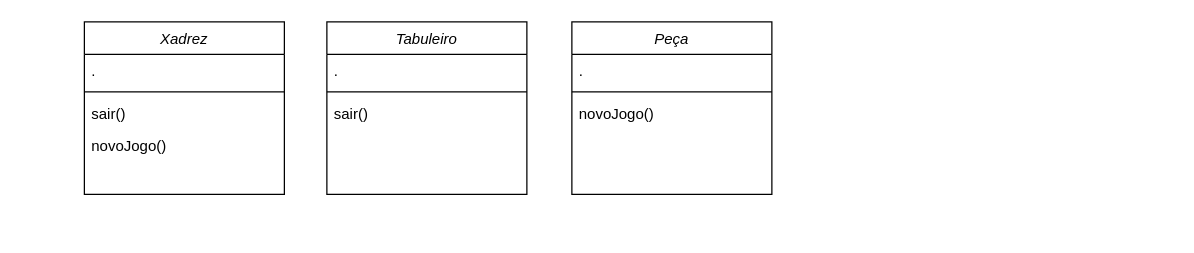
Before: Diagrama sem nome.drawio in GameJog/GameJog, a draw.io diagram. Source tidied: cells renumbered, new cells numbered last; positions are measured from the earlier drawing's top-left corner, leaving out a move shared by most shapes. Both pictures are drawn from the tidied source at 125%, with x=0, y=0 at pixel (84, 21).
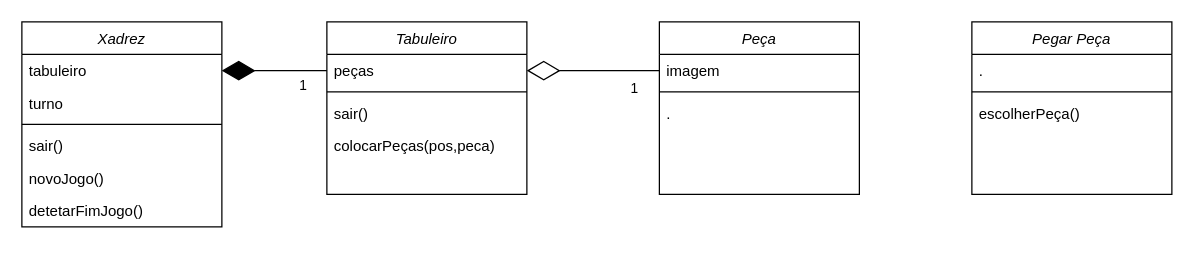
After the change.

Unchanged cells that the change refers to:
```xml
<mxCell id="7" value="Tabuleiro" style="swimlane;fontStyle=2;align=center;verticalAlign=top;horizontal=1;startSize=26;rounded=0;shadow=0;strokeWidth=1;" parent="1" vertex="1">
  <mxGeometry x="194" width="160" height="138" as="geometry" />
</mxCell>
```

Diff of the diagram source:
```diff
@@
     <mxCell id="2" value="Xadrez" style="swimlane;fontStyle=2;align=center;verticalAlign=top;horizontal=1;startSize=26;rounded=0;shadow=0;strokeWidth=1;" parent="1" vertex="1">
-      <mxGeometry width="160" height="138" as="geometry" />
+      <mxGeometry x="-50" width="160" height="164" as="geometry" />
     </mxCell>
-    <mxCell id="3" value="." style="text;align=left;verticalAlign=top;spacingLeft=4;spacingRight=4;overflow=hidden;points=[[0,0.5],[1,0.5]];portConstraint=eastwest;" parent="2" vertex="1">
+    <mxCell id="3" value="tabuleiro" style="text;align=left;verticalAlign=top;spacingLeft=4;spacingRight=4;overflow=hidden;points=[[0,0.5],[1,0.5]];portConstraint=eastwest;" parent="2" vertex="1">
       <mxGeometry y="26" width="160" height="26" as="geometry" />
     </mxCell>
+    <mxCell id="15" value="turno" style="text;align=left;verticalAlign=top;spacingLeft=4;spacingRight=4;overflow=hidden;" parent="2" vertex="1">
+      <mxGeometry y="52" width="160" height="26" as="geometry" />
+    </mxCell>
     <mxCell id="4" style="line;html=1;strokeWidth=1;align=left;verticalAlign=middle;spacingTop=-1;spacingLeft=3;spacingRight=3;labelPosition=right;" parent="2" vertex="1">
-      <mxGeometry y="52" width="160" height="8" as="geometry" />
+      <mxGeometry y="78" width="160" height="8" as="geometry" />
     </mxCell>
     <mxCell id="5" value="sair()&#10;" style="text;align=left;verticalAlign=top;spacingLeft=4;spacingRight=4;overflow=hidden;" parent="2" vertex="1">
-      <mxGeometry y="60" width="160" height="26" as="geometry" />
+      <mxGeometry y="86" width="160" height="26" as="geometry" />
     </mxCell>
     <mxCell id="6" value="novoJogo()" style="text;align=left;verticalAlign=top;spacingLeft=4;spacingRight=4;overflow=hidden;" parent="2" vertex="1">
-      <mxGeometry y="86" width="160" height="26" as="geometry" />
+      <mxGeometry y="112" width="160" height="26" as="geometry" />
     </mxCell>
+    <mxCell id="16" value="detetarFimJogo()" style="text;align=left;verticalAlign=top;spacingLeft=4;spacingRight=4;overflow=hidden;" parent="2" vertex="1">
+      <mxGeometry y="138" width="160" height="26" as="geometry" />
+    </mxCell>
@@
-    <mxCell id="8" value="." style="text;align=left;verticalAlign=top;spacingLeft=4;spacingRight=4;overflow=hidden;points=[[0,0.5],[1,0.5]];portConstraint=eastwest;" parent="7" vertex="1">
+    <mxCell id="8" value="peças" style="text;align=left;verticalAlign=top;spacingLeft=4;spacingRight=4;overflow=hidden;points=[[0,0.5],[1,0.5]];portConstraint=eastwest;" parent="7" vertex="1">
       <mxGeometry y="26" width="160" height="26" as="geometry" />
     </mxCell>
@@
+    <mxCell id="17" value="colocarPeças(pos,peca)" style="text;align=left;verticalAlign=top;spacingLeft=4;spacingRight=4;overflow=hidden;" parent="7" vertex="1">
+      <mxGeometry y="86" width="160" height="26" as="geometry" />
+    </mxCell>
     <mxCell id="11" value="Peça" style="swimlane;fontStyle=2;align=center;verticalAlign=top;horizontal=1;startSize=26;rounded=0;shadow=0;strokeWidth=1;" parent="1" vertex="1">
-      <mxGeometry x="390" width="160" height="138" as="geometry" />
+      <mxGeometry x="460" width="160" height="138" as="geometry" />
     </mxCell>
-    <mxCell id="12" value="." style="text;align=left;verticalAlign=top;spacingLeft=4;spacingRight=4;overflow=hidden;points=[[0,0.5],[1,0.5]];portConstraint=eastwest;" parent="11" vertex="1">
+    <mxCell id="12" value="imagem" style="text;align=left;verticalAlign=top;spacingLeft=4;spacingRight=4;overflow=hidden;points=[[0,0.5],[1,0.5]];portConstraint=eastwest;" parent="11" vertex="1">
       <mxGeometry y="26" width="160" height="26" as="geometry" />
     </mxCell>
@@
-    <mxCell id="14" value="novoJogo()" style="text;align=left;verticalAlign=top;spacingLeft=4;spacingRight=4;overflow=hidden;" parent="11" vertex="1">
+    <mxCell id="14" value="." style="text;align=left;verticalAlign=top;spacingLeft=4;spacingRight=4;overflow=hidden;" parent="11" vertex="1">
       <mxGeometry y="60" width="160" height="26" as="geometry" />
     </mxCell>
+    <mxCell id="18" style="endArrow=diamondThin;endFill=1;endSize=24;html=1;rounded=0;entryX=1;entryY=0.5;entryDx=0;entryDy=0;exitX=0;exitY=0.5;exitDx=0;exitDy=0;" parent="1" edge="1" source="8" target="3">
+      <mxGeometry relative="1" as="geometry" />
+    </mxCell>
+    <mxCell id="19" value="1" style="edgeLabel;html=1;align=center;verticalAlign=middle;" parent="18" vertex="1">
+      <mxGeometry x="-0.53" relative="1" as="geometry">
+        <mxPoint y="11" as="offset" />
+      </mxGeometry>
+    </mxCell>
+    <mxCell id="20" style="endArrow=diamondThin;endFill=0;endSize=24;html=1;rounded=0;entryX=1;entryY=0.5;entryDx=0;entryDy=0;exitX=0;exitY=0.5;exitDx=0;exitDy=0;" parent="1" edge="1" source="12" target="8">
+      <mxGeometry relative="1" as="geometry" />
+    </mxCell>
+    <mxCell id="21" value="1" style="edgeLabel;html=1;align=center;verticalAlign=middle;" parent="20" vertex="1">
+      <mxGeometry x="-0.61" relative="1" as="geometry">
+        <mxPoint y="13" as="offset" />
+      </mxGeometry>
+    </mxCell>
+    <mxCell id="22" value="Pegar Peça" style="swimlane;fontStyle=2;align=center;verticalAlign=top;horizontal=1;startSize=26;rounded=0;shadow=0;strokeWidth=1;" parent="1" vertex="1">
+      <mxGeometry x="710" width="160" height="138" as="geometry" />
+    </mxCell>
+    <mxCell id="23" value="." style="text;align=left;verticalAlign=top;spacingLeft=4;spacingRight=4;overflow=hidden;" parent="22" vertex="1">
+      <mxGeometry y="26" width="160" height="26" as="geometry" />
+    </mxCell>
+    <mxCell id="24" style="line;html=1;strokeWidth=1;align=left;verticalAlign=middle;spacingTop=-1;spacingLeft=3;spacingRight=3;labelPosition=right;" parent="22" vertex="1">
+      <mxGeometry y="52" width="160" height="8" as="geometry" />
+    </mxCell>
+    <mxCell id="25" value="escolherPeça()" style="text;align=left;verticalAlign=top;spacingLeft=4;spacingRight=4;overflow=hidden;" parent="22" vertex="1">
+      <mxGeometry y="60" width="160" height="26" as="geometry" />
+    </mxCell>
```
